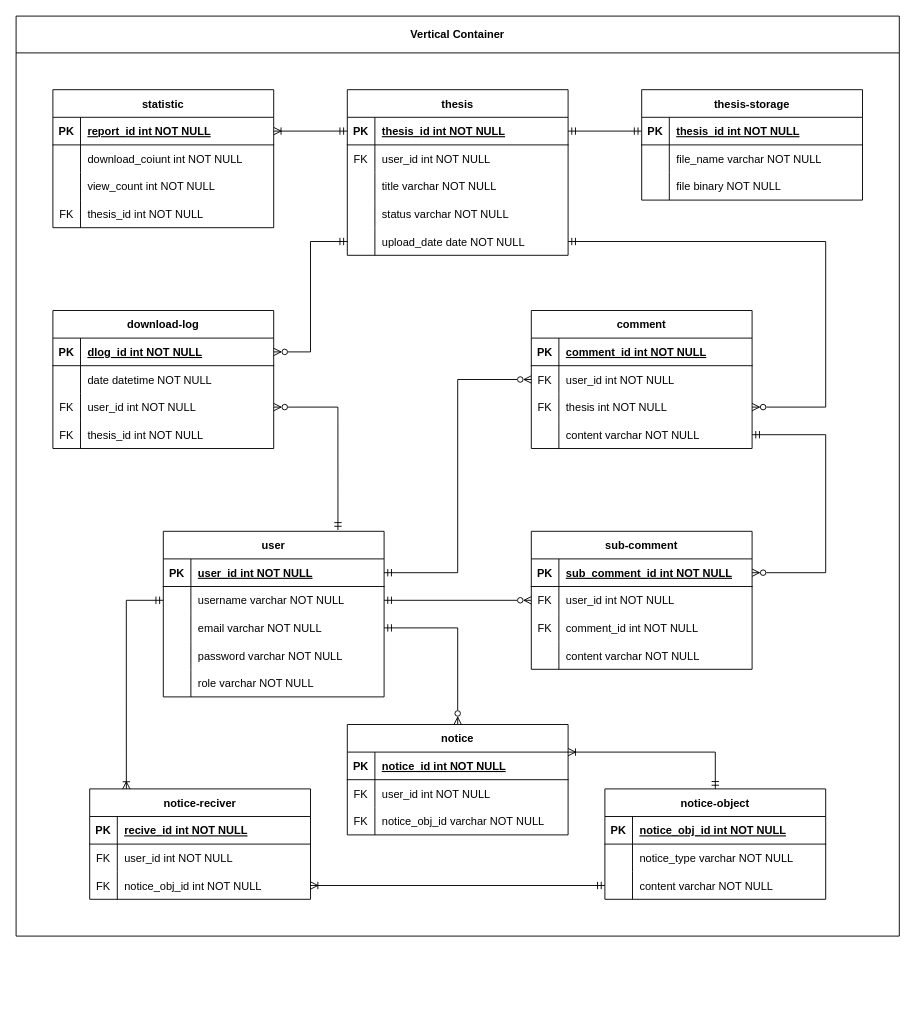
Above: er-diagram.drawio in Dibkk/diagram-thesis (draw.io), before the change. Source tidied: cells renumbered, new cells numbered last; positions are measured from the earlier drawing's top-left corner, leaving out a move shared by most shapes. Both pictures are drawn from the tidied source at 92%, with x=0, y=0 at pixel (16, 16).
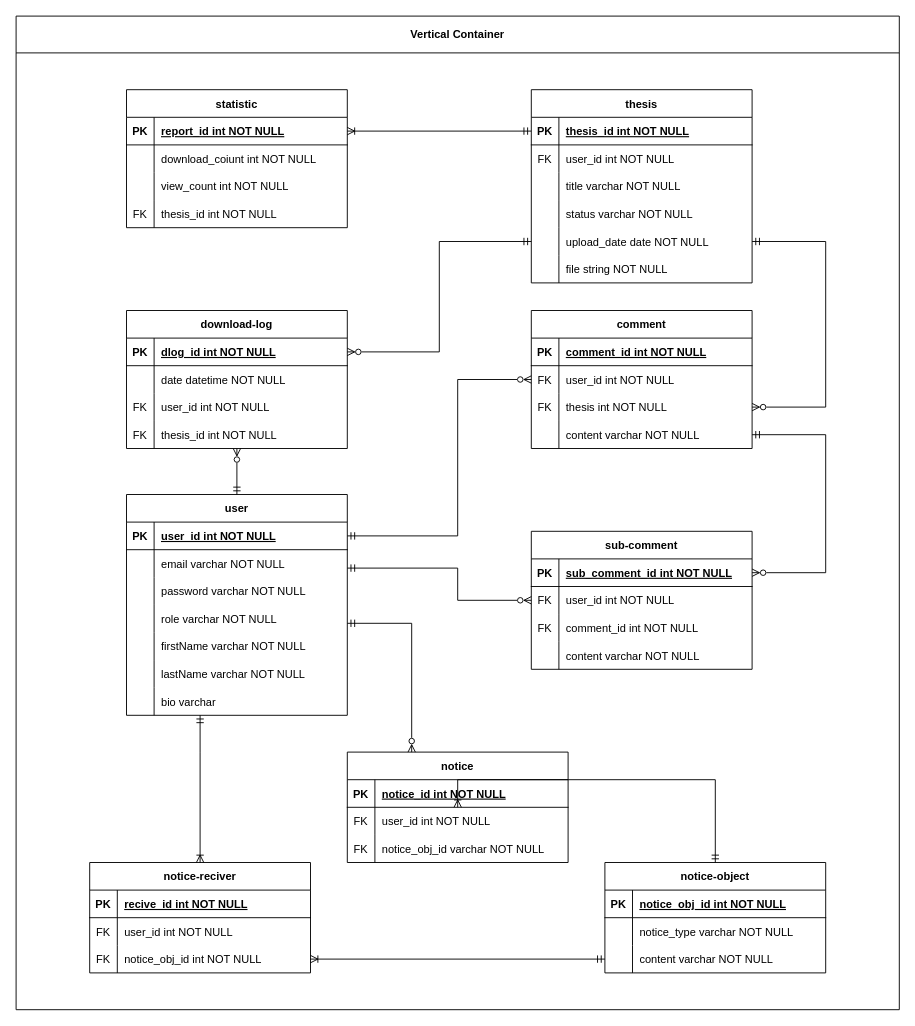
After the change.

Unchanged cells that the change refers to:
```xml
<mxCell id="17" style="shape=partialRectangle;fillColor=none;points=[[0,0.5],[1,0.5]];portConstraint=eastwest;top=0;left=0;right=0;bottom=0;" parent="13" vertex="1">
  <mxGeometry y="60" width="240" height="30" as="geometry" />
</mxCell>
<mxCell id="38" style="shape=partialRectangle;fillColor=none;points=[[0,0.5],[1,0.5]];portConstraint=eastwest;top=0;left=0;right=0;bottom=0;" parent="34" vertex="1">
  <mxGeometry y="60" width="240" height="30" as="geometry" />
</mxCell>
<mxCell id="48" style="shape=partialRectangle;fillColor=none;points=[[0,0.5],[1,0.5]];portConstraint=eastwest;top=0;left=0;right=0;bottom=1;" parent="47" vertex="1">
  <mxGeometry y="30" width="240" height="30" as="geometry" />
</mxCell>
<mxCell id="80" style="shape=partialRectangle;fillColor=none;points=[[0,0.5],[1,0.5]];portConstraint=eastwest;top=0;left=0;right=0;bottom=0;" parent="76" vertex="1">
  <mxGeometry y="60" width="240" height="30" as="geometry" />
</mxCell>
<mxCell id="91" style="shape=partialRectangle;fillColor=none;points=[[0,0.5],[1,0.5]];portConstraint=eastwest;top=0;left=0;right=0;bottom=1;" parent="90" vertex="1">
  <mxGeometry y="30" width="240" height="30" as="geometry" />
</mxCell>
<mxCell id="114" style="shape=partialRectangle;fillColor=none;points=[[0,0.5],[1,0.5]];portConstraint=eastwest;top=0;left=0;right=0;bottom=0;" parent="107" vertex="1">
  <mxGeometry y="90" width="240" height="30" as="geometry" />
</mxCell>
<mxCell id="117" style="shape=partialRectangle;fillColor=none;points=[[0,0.5],[1,0.5]];portConstraint=eastwest;top=0;left=0;right=0;bottom=0;" parent="107" vertex="1">
  <mxGeometry y="120" width="240" height="30" as="geometry" />
</mxCell>
```

What changed in the source:
```diff
@@
     <mxCell id="2" value="Vertical Container" style="swimlane;whiteSpace=wrap;html=1;startSize=40;" parent="1" vertex="1">
-      <mxGeometry width="960" height="1000" as="geometry" />
+      <mxGeometry width="960" height="1080" as="geometry" />
     </mxCell>
     <mxCell id="3" value="notice-reciver" style="shape=table;startSize=30;childLayout=tableLayout;rowLines=0;fontStyle=1;align=center;" parent="2" vertex="1">
-      <mxGeometry x="80" y="840" width="240" height="120" as="geometry" />
+      <mxGeometry x="80" y="920" width="240" height="120" as="geometry" />
     </mxCell>
@@
     <mxCell id="13" value="notice" style="shape=table;startSize=30;childLayout=tableLayout;rowLines=0;fontStyle=1;align=center;" parent="2" vertex="1">
-      <mxGeometry x="360" y="770" width="240" height="120" as="geometry" />
+      <mxGeometry x="360" y="800" width="240" height="120" as="geometry" />
     </mxCell>
@@
     <mxCell id="23" value="notice-object" style="shape=table;startSize=30;childLayout=tableLayout;rowLines=0;fontStyle=1;align=center;" parent="2" vertex="1">
-      <mxGeometry x="640" y="840" width="240" height="120" as="geometry" />
+      <mxGeometry x="640" y="920" width="240" height="120" as="geometry" />
     </mxCell>
@@
     <mxCell id="47" value="user" style="shape=table;startSize=30;childLayout=tableLayout;rowLines=0;fontStyle=1;align=center;" parent="2" vertex="1">
-      <mxGeometry x="160" y="560" width="240" height="180" as="geometry" />
+      <mxGeometry x="120" y="520" width="240" height="240" as="geometry" />
     </mxCell>
@@
-    <mxCell id="51" style="shape=partialRectangle;fillColor=none;points=[[0,0.5],[1,0.5]];portConstraint=eastwest;top=0;left=0;right=0;bottom=0;" parent="47" vertex="1">
-      <mxGeometry y="60" width="240" height="30" as="geometry" />
-    </mxCell>
-    <mxCell id="52" style="shape=partialRectangle;overflow=hidden;fillColor=none;top=0;left=0;bottom=0;right=0;" parent="51" vertex="1">
-      <mxGeometry width="30" height="30" as="geometry" />
-    </mxCell>
-    <mxCell id="53" value="username varchar NOT NULL" style="shape=partialRectangle;overflow=hidden;fillColor=none;top=0;left=0;bottom=0;right=0;align=left;spacingLeft=6;" parent="51" vertex="1">
-      <mxGeometry x="30" width="210" height="30" as="geometry" />
-    </mxCell>
     <mxCell id="54" style="shape=partialRectangle;fillColor=none;points=[[0,0.5],[1,0.5]];portConstraint=eastwest;top=0;left=0;right=0;bottom=0;" parent="47" vertex="1">
-      <mxGeometry y="90" width="240" height="30" as="geometry" />
+      <mxGeometry y="60" width="240" height="30" as="geometry" />
     </mxCell>
@@
     <mxCell id="57" style="shape=partialRectangle;fillColor=none;top=0;left=0;right=0;bottom=0;" parent="47" vertex="1">
-      <mxGeometry y="120" width="240" height="30" as="geometry" />
+      <mxGeometry y="90" width="240" height="30" as="geometry" />
     </mxCell>
@@
     <mxCell id="60" style="shape=partialRectangle;fillColor=none;points=[[0,0.5],[1,0.5]];portConstraint=eastwest;top=0;left=0;right=0;bottom=0;" parent="47" vertex="1">
-      <mxGeometry y="150" width="240" height="30" as="geometry" />
+      <mxGeometry y="120" width="240" height="30" as="geometry" />
     </mxCell>
@@
+    <mxCell id="139" style="shape=partialRectangle;fillColor=none;top=0;left=0;right=0;bottom=0;" parent="47" vertex="1">
+      <mxGeometry y="150" width="240" height="30" as="geometry" />
+    </mxCell>
+    <mxCell id="140" style="shape=partialRectangle;overflow=hidden;fillColor=none;top=0;left=0;bottom=0;right=0;" parent="139" vertex="1">
+      <mxGeometry width="30" height="30" as="geometry" />
+    </mxCell>
+    <mxCell id="141" value="firstName varchar NOT NULL" style="shape=partialRectangle;overflow=hidden;fillColor=none;top=0;left=0;bottom=0;right=0;align=left;spacingLeft=6;" parent="139" vertex="1">
+      <mxGeometry x="30" width="210" height="30" as="geometry" />
+    </mxCell>
+    <mxCell id="142" style="shape=partialRectangle;fillColor=none;top=0;left=0;right=0;bottom=0;" parent="47" vertex="1">
+      <mxGeometry y="180" width="240" height="30" as="geometry" />
+    </mxCell>
+    <mxCell id="143" style="shape=partialRectangle;overflow=hidden;fillColor=none;top=0;left=0;bottom=0;right=0;" parent="142" vertex="1">
+      <mxGeometry width="30" height="30" as="geometry" />
+    </mxCell>
+    <mxCell id="144" value="lastName varchar NOT NULL" style="shape=partialRectangle;overflow=hidden;fillColor=none;top=0;left=0;bottom=0;right=0;align=left;spacingLeft=6;" parent="142" vertex="1">
+      <mxGeometry x="30" width="210" height="30" as="geometry" />
+    </mxCell>
+    <mxCell id="145" style="shape=partialRectangle;fillColor=none;points=[[0,0.5],[1,0.5]];portConstraint=eastwest;top=0;left=0;right=0;bottom=0;" parent="47" vertex="1">
+      <mxGeometry y="210" width="240" height="30" as="geometry" />
+    </mxCell>
+    <mxCell id="146" style="shape=partialRectangle;overflow=hidden;fillColor=none;top=0;left=0;bottom=0;right=0;" parent="145" vertex="1">
+      <mxGeometry width="30" height="30" as="geometry" />
+    </mxCell>
+    <mxCell id="147" value="bio varchar" style="shape=partialRectangle;overflow=hidden;fillColor=none;top=0;left=0;bottom=0;right=0;align=left;spacingLeft=6;" parent="145" vertex="1">
+      <mxGeometry x="30" width="210" height="30" as="geometry" />
+    </mxCell>
     <mxCell id="63" value="statistic" style="shape=table;startSize=30;childLayout=tableLayout;rowLines=0;fontStyle=1;align=center;" parent="2" vertex="1">
-      <mxGeometry x="40" y="80" width="240" height="150" as="geometry" />
+      <mxGeometry x="120" y="80" width="240" height="150" as="geometry" />
     </mxCell>
@@
     <mxCell id="90" value="thesis" style="shape=table;startSize=30;childLayout=tableLayout;rowLines=0;fontStyle=1;align=center;" parent="2" vertex="1">
-      <mxGeometry x="360" y="80" width="240" height="180" as="geometry" />
+      <mxGeometry x="560" y="80" width="240" height="210" as="geometry" />
     </mxCell>
@@
+    <mxCell id="148" style="shape=partialRectangle;fillColor=none;top=0;left=0;right=0;bottom=0;" parent="90" vertex="1">
+      <mxGeometry y="180" width="240" height="30" as="geometry" />
+    </mxCell>
+    <mxCell id="149" style="shape=partialRectangle;overflow=hidden;fillColor=none;top=0;left=0;bottom=0;right=0;" parent="148" vertex="1">
+      <mxGeometry width="30" height="30" as="geometry" />
+    </mxCell>
+    <mxCell id="150" value="file string NOT NULL" style="shape=partialRectangle;overflow=hidden;fillColor=none;top=0;left=0;bottom=0;right=0;align=left;spacingLeft=6;" parent="148" vertex="1">
+      <mxGeometry x="30" width="210" height="30" as="geometry" />
+    </mxCell>
@@
     <mxCell id="107" value="download-log" style="shape=table;startSize=30;childLayout=tableLayout;rowLines=0;fontStyle=1;align=center;" parent="2" vertex="1">
-      <mxGeometry x="40" y="320" width="240" height="150" as="geometry" />
+      <mxGeometry x="120" y="320" width="240" height="150" as="geometry" />
     </mxCell>
@@
-    <mxCell id="120" value="thesis-storage" style="shape=table;startSize=30;childLayout=tableLayout;rowLines=0;fontStyle=1;align=center;" parent="2" vertex="1">
-      <mxGeometry x="680" y="80" width="240" height="120" as="geometry" />
-    </mxCell>
-    <mxCell id="121" style="shape=partialRectangle;fillColor=none;points=[[0,0.5],[1,0.5]];portConstraint=eastwest;top=0;left=0;right=0;bottom=1;" parent="120" vertex="1">
-      <mxGeometry y="30" width="240" height="30" as="geometry" />
-    </mxCell>
-    <mxCell id="122" value="PK" style="shape=partialRectangle;overflow=hidden;fillColor=none;top=0;left=0;bottom=0;right=0;fontStyle=1;" parent="121" vertex="1">
-      <mxGeometry width="30" height="30" as="geometry" />
-    </mxCell>
-    <mxCell id="123" value="thesis_id int NOT NULL " style="shape=partialRectangle;overflow=hidden;fillColor=none;top=0;left=0;bottom=0;right=0;align=left;spacingLeft=6;fontStyle=5;" parent="121" vertex="1">
-      <mxGeometry x="30" width="210" height="30" as="geometry" />
-    </mxCell>
-    <mxCell id="124" style="shape=partialRectangle;fillColor=none;top=0;left=0;right=0;bottom=0;" parent="120" vertex="1">
-      <mxGeometry y="60" width="240" height="30" as="geometry" />
-    </mxCell>
-    <mxCell id="125" style="shape=partialRectangle;overflow=hidden;fillColor=none;top=0;left=0;bottom=0;right=0;" parent="124" vertex="1">
-      <mxGeometry width="30" height="30" as="geometry" />
-    </mxCell>
-    <mxCell id="126" value="file_name varchar NOT NULL" style="shape=partialRectangle;overflow=hidden;fillColor=none;top=0;left=0;bottom=0;right=0;align=left;spacingLeft=6;" parent="124" vertex="1">
-      <mxGeometry x="30" width="210" height="30" as="geometry" />
-    </mxCell>
-    <mxCell id="127" style="shape=partialRectangle;fillColor=none;top=0;left=0;right=0;bottom=0;" parent="120" vertex="1">
-      <mxGeometry y="90" width="240" height="30" as="geometry" />
-    </mxCell>
-    <mxCell id="128" style="shape=partialRectangle;overflow=hidden;fillColor=none;top=0;left=0;bottom=0;right=0;" parent="127" vertex="1">
-      <mxGeometry width="30" height="30" as="geometry" />
-    </mxCell>
-    <mxCell id="129" value="file binary NOT NULL" style="shape=partialRectangle;overflow=hidden;fillColor=none;top=0;left=0;bottom=0;right=0;align=left;spacingLeft=6;" parent="127" vertex="1">
-      <mxGeometry x="30" width="210" height="30" as="geometry" />
-    </mxCell>
-    <mxCell id="130" style="edgeStyle=orthogonalEdgeStyle;rounded=0;jettySize=auto;html=1;entryX=0;entryY=0.5;entryDx=0;entryDy=0;startArrow=ERmandOne;startFill=0;endArrow=ERmandOne;endFill=0;" parent="2" edge="1" source="91" target="121">
-      <mxGeometry relative="1" as="geometry" />
-    </mxCell>
@@
-    <mxCell id="132" style="edgeStyle=orthogonalEdgeStyle;rounded=0;jettySize=auto;html=1;entryX=0.166;entryY=0.002;entryDx=0;entryDy=0;entryPerimeter=0;endArrow=ERoneToMany;endFill=0;startArrow=ERmandOne;startFill=0;" parent="2" edge="1" source="51" target="3">
-      <mxGeometry relative="1" as="geometry" />
+    <mxCell id="132" style="edgeStyle=orthogonalEdgeStyle;rounded=0;jettySize=auto;html=1;endArrow=ERoneToMany;endFill=0;startArrow=ERmandOne;startFill=0;" parent="2" edge="1" source="145" target="3">
+      <mxGeometry relative="1" as="geometry">
+        <Array as="points">
+          <mxPoint x="200" y="800" />
+          <mxPoint x="200" y="800" />
+        </Array>
+      </mxGeometry>
     </mxCell>
-    <mxCell id="133" style="edgeStyle=orthogonalEdgeStyle;rounded=0;jettySize=auto;html=1;exitX=1;exitY=0.5;exitDx=0;exitDy=0;entryX=0;entryY=0.5;entryDx=0;entryDy=0;endArrow=ERzeroToMany;endFill=0;startArrow=ERmandOne;startFill=0;" parent="2" edge="1" source="51" target="38">
-      <mxGeometry relative="1" as="geometry" />
+    <mxCell id="133" style="edgeStyle=orthogonalEdgeStyle;rounded=0;jettySize=auto;html=1;entryX=0;entryY=0.5;entryDx=0;entryDy=0;endArrow=ERzeroToMany;endFill=0;startArrow=ERmandOne;startFill=0;" parent="2" edge="1" source="54" target="38">
+      <mxGeometry relative="1" as="geometry">
+        <Array as="points">
+          <mxPoint x="480" y="600" />
+          <mxPoint x="480" y="635" />
+        </Array>
+      </mxGeometry>
     </mxCell>
-    <mxCell id="134" style="edgeStyle=orthogonalEdgeStyle;rounded=0;jettySize=auto;html=1;exitX=1;exitY=0.5;exitDx=0;exitDy=0;entryX=0.5;entryY=0;entryDx=0;entryDy=0;endArrow=ERzeroToMany;endFill=0;startArrow=ERmandOne;startFill=0;" parent="2" edge="1" source="54" target="13">
-      <mxGeometry relative="1" as="geometry" />
+    <mxCell id="134" style="edgeStyle=orthogonalEdgeStyle;rounded=0;jettySize=auto;html=1;endArrow=ERzeroToMany;endFill=0;startArrow=ERmandOne;startFill=0;" parent="2" edge="1" source="60" target="13">
+      <mxGeometry relative="1" as="geometry">
+        <Array as="points">
+          <mxPoint x="430" y="660" />
+        </Array>
+      </mxGeometry>
     </mxCell>
-    <mxCell id="135" style="edgeStyle=orthogonalEdgeStyle;rounded=0;jettySize=auto;html=1;entryX=1;entryY=0.25;entryDx=0;entryDy=0;exitX=0.5;exitY=0;exitDx=0;exitDy=0;startArrow=ERmandOne;startFill=0;endArrow=ERoneToMany;endFill=0;" parent="2" edge="1" source="23" target="13">
-      <mxGeometry relative="1" as="geometry" />
+    <mxCell id="135" style="edgeStyle=orthogonalEdgeStyle;rounded=0;jettySize=auto;html=1;exitX=0.5;exitY=0;exitDx=0;exitDy=0;startArrow=ERmandOne;startFill=0;endArrow=ERoneToMany;endFill=0;" parent="2" edge="1" source="23" target="17">
+      <mxGeometry relative="1" as="geometry">
+        <Array as="points">
+          <mxPoint x="760" y="830" />
+        </Array>
+      </mxGeometry>
     </mxCell>
     <mxCell id="136" style="edgeStyle=orthogonalEdgeStyle;rounded=0;jettySize=auto;html=1;entryX=0;entryY=0.5;entryDx=0;entryDy=0;endArrow=ERzeroToMany;endFill=0;startArrow=ERmandOne;startFill=0;" parent="2" edge="1" source="48" target="80">
       <mxGeometry relative="1" as="geometry">
         <Array as="points">
-          <mxPoint x="480" y="605" />
+          <mxPoint x="480" y="565" />
           <mxPoint x="480" y="395" />
         </Array>
       </mxGeometry>
     </mxCell>
-    <mxCell id="137" style="edgeStyle=orthogonalEdgeStyle;rounded=0;jettySize=auto;html=1;entryX=0.791;entryY=-0.008;entryDx=0;entryDy=0;exitX=1;exitY=0.5;exitDx=0;exitDy=0;startArrow=ERzeroToMany;startFill=0;endArrow=ERmandOne;endFill=0;entryPerimeter=0;" parent="2" edge="1" source="114" target="47">
-      <mxGeometry relative="1" as="geometry" />
+    <mxCell id="137" style="edgeStyle=orthogonalEdgeStyle;rounded=0;jettySize=auto;html=1;startArrow=ERzeroToMany;startFill=0;endArrow=ERmandOne;endFill=0;" parent="2" edge="1" source="117" target="47">
+      <mxGeometry relative="1" as="geometry">
+        <Array as="points">
+          <mxPoint x="240" y="560" />
+          <mxPoint x="240" y="560" />
+        </Array>
+      </mxGeometry>
     </mxCell>
```
